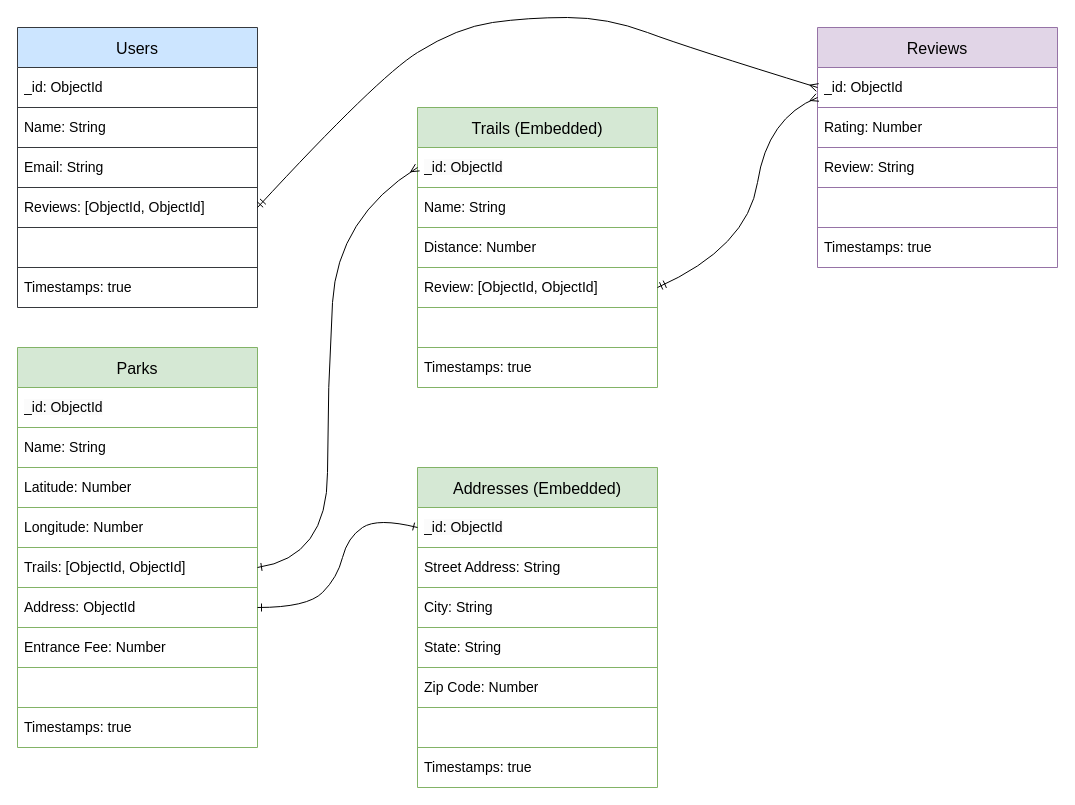
Above: wireframes/drawio-files/ERD.drawio in caitlinfcorrigan/MyTrails (draw.io), before the change. Source tidied: cells renumbered, new cells numbered last; positions are measured from the earlier drawing's top-left corner, leaving out a move shared by most shapes. Both pictures are drawn from the tidied source at 100%, with x=0, y=0 at pixel (17, 17).
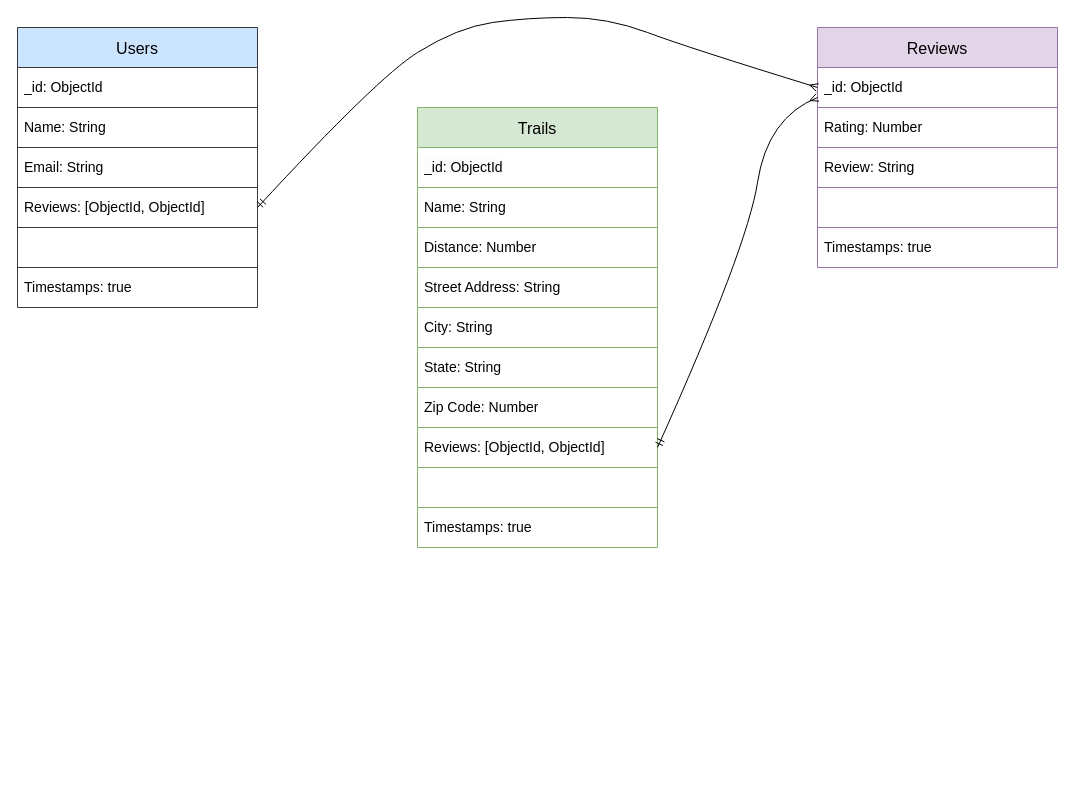
Above is the later version.

The change refers to these unchanged cells:
```xml
<mxCell id="48" style="shape=tableRow;horizontal=0;startSize=0;swimlaneHead=0;swimlaneBody=0;top=0;left=0;bottom=0;right=0;fillColor=none;points=[[0,0.5],[1,0.5]];portConstraint=eastwest;" parent="47" vertex="1">
  <mxGeometry y="40" width="240" height="40" as="geometry" />
</mxCell>
```

Change to the diagram source:
```diff
@@
-    <mxCell id="27" value="Parks" style="shape=table;startSize=40;childLayout=tableLayout;fontSize=16;fillColor=#d5e8d4;strokeColor=#82b366;" parent="1" vertex="1">
-      <mxGeometry y="330" width="240" height="400" as="geometry" />
-    </mxCell>
-    <mxCell id="28" style="shape=tableRow;horizontal=0;startSize=0;swimlaneHead=0;swimlaneBody=0;top=0;left=0;bottom=0;right=0;fillColor=none;" parent="27" vertex="1">
-      <mxGeometry y="40" width="240" height="40" as="geometry" />
-    </mxCell>
-    <mxCell id="29" value="&lt;span style=&quot;color: rgb(0, 0, 0); font-family: Helvetica; font-size: 14px; font-style: normal; font-variant-ligatures: normal; font-variant-caps: normal; font-weight: 400; letter-spacing: normal; orphans: 2; text-align: left; text-indent: 0px; text-transform: none; widows: 2; word-spacing: 0px; -webkit-text-stroke-width: 0px; background-color: rgb(251, 251, 251); text-decoration-thickness: initial; text-decoration-style: initial; text-decoration-color: initial; float: none; display: inline !important;&quot;&gt;_id: ObjectId&lt;/span&gt;" style="shape=partialRectangle;html=1;whiteSpace=wrap;overflow=hidden;fillColor=none;top=0;left=0;bottom=0;right=0;align=left;fontSize=14;spacingLeft=5;" parent="28" vertex="1">
-      <mxGeometry width="240" height="40" as="geometry" />
-    </mxCell>
-    <mxCell id="30" style="shape=tableRow;horizontal=0;startSize=0;swimlaneHead=0;swimlaneBody=0;top=0;left=0;bottom=0;right=0;fillColor=none;" parent="27" vertex="1">
-      <mxGeometry y="80" width="240" height="40" as="geometry" />
-    </mxCell>
-    <mxCell id="31" value="Name: String" style="shape=partialRectangle;html=1;whiteSpace=wrap;overflow=hidden;fillColor=none;top=0;left=0;bottom=0;right=0;align=left;fontSize=14;spacingLeft=5;" parent="30" vertex="1">
-      <mxGeometry width="240" height="40" as="geometry" />
-    </mxCell>
-    <mxCell id="32" style="shape=tableRow;horizontal=0;startSize=0;swimlaneHead=0;swimlaneBody=0;top=0;left=0;bottom=0;right=0;fillColor=none;" parent="27" vertex="1">
-      <mxGeometry y="120" width="240" height="40" as="geometry" />
-    </mxCell>
-    <mxCell id="33" value="Latitude: Number" style="shape=partialRectangle;html=1;whiteSpace=wrap;overflow=hidden;fillColor=none;top=0;left=0;bottom=0;right=0;align=left;fontSize=14;spacingLeft=5;" parent="32" vertex="1">
-      <mxGeometry width="240" height="40" as="geometry" />
-    </mxCell>
-    <mxCell id="34" style="shape=tableRow;horizontal=0;startSize=0;swimlaneHead=0;swimlaneBody=0;top=0;left=0;bottom=0;right=0;fillColor=none;" parent="27" vertex="1">
-      <mxGeometry y="160" width="240" height="40" as="geometry" />
-    </mxCell>
-    <mxCell id="35" value="Longitude: Number" style="shape=partialRectangle;html=1;whiteSpace=wrap;overflow=hidden;fillColor=none;top=0;left=0;bottom=0;right=0;align=left;fontSize=14;spacingLeft=5;" parent="34" vertex="1">
-      <mxGeometry width="240" height="40" as="geometry" />
-    </mxCell>
-    <mxCell id="36" style="shape=tableRow;horizontal=0;startSize=0;swimlaneHead=0;swimlaneBody=0;top=0;left=0;bottom=0;right=0;fillColor=none;points=[[0,0.5],[1,0.5]];portConstraint=eastwest;" parent="27" vertex="1">
-      <mxGeometry y="200" width="240" height="40" as="geometry" />
-    </mxCell>
-    <mxCell id="37" value="Trails: [ObjectId, ObjectId]" style="shape=partialRectangle;html=1;whiteSpace=wrap;overflow=hidden;fillColor=none;top=0;left=0;bottom=0;right=0;align=left;fontSize=14;spacingLeft=5;" parent="36" vertex="1">
-      <mxGeometry width="240" height="40" as="geometry" />
-    </mxCell>
-    <mxCell id="38" style="shape=singleArrow;whiteSpace=wrap;html=1;arrowWidth=0.4;arrowSize=0.4;fontSize=16;startSize=40;" parent="36" vertex="1">
-      <mxGeometry x="240" height="40" as="geometry" />
-    </mxCell>
-    <mxCell id="39" style="shape=tableRow;horizontal=0;startSize=0;swimlaneHead=0;swimlaneBody=0;top=0;left=0;bottom=0;right=0;fillColor=none;" parent="27" vertex="1">
-      <mxGeometry y="240" width="240" height="40" as="geometry" />
-    </mxCell>
-    <mxCell id="40" value="Address: ObjectId" style="shape=partialRectangle;html=1;whiteSpace=wrap;overflow=hidden;fillColor=none;top=0;left=0;bottom=0;right=0;align=left;fontSize=14;spacingLeft=5;" parent="39" vertex="1">
-      <mxGeometry width="240" height="40" as="geometry" />
-    </mxCell>
-    <mxCell id="41" style="shape=tableRow;horizontal=0;startSize=0;swimlaneHead=0;swimlaneBody=0;top=0;left=0;bottom=0;right=0;fillColor=none;" parent="27" vertex="1">
-      <mxGeometry y="280" width="240" height="40" as="geometry" />
-    </mxCell>
-    <mxCell id="42" value="Entrance Fee: Number" style="shape=partialRectangle;html=1;whiteSpace=wrap;overflow=hidden;fillColor=none;top=0;left=0;bottom=0;right=0;align=left;fontSize=14;spacingLeft=5;" parent="41" vertex="1">
-      <mxGeometry width="240" height="40" as="geometry" />
-    </mxCell>
-    <mxCell id="43" style="shape=tableRow;horizontal=0;startSize=0;swimlaneHead=0;swimlaneBody=0;top=0;left=0;bottom=0;right=0;fillColor=none;" parent="27" vertex="1">
-      <mxGeometry y="320" width="240" height="40" as="geometry" />
-    </mxCell>
-    <mxCell id="44" style="shape=partialRectangle;html=1;whiteSpace=wrap;overflow=hidden;fillColor=none;top=0;left=0;bottom=0;right=0;align=left;fontSize=14;spacingLeft=5;" parent="43" vertex="1">
-      <mxGeometry width="240" height="40" as="geometry" />
-    </mxCell>
-    <mxCell id="45" style="shape=tableRow;horizontal=0;startSize=0;swimlaneHead=0;swimlaneBody=0;top=0;left=0;bottom=0;right=0;fillColor=none;" parent="27" vertex="1">
-      <mxGeometry y="360" width="240" height="40" as="geometry" />
-    </mxCell>
-    <mxCell id="46" value="Timestamps: true" style="shape=partialRectangle;html=1;whiteSpace=wrap;overflow=hidden;fillColor=none;top=0;left=0;bottom=0;right=0;align=left;fontSize=14;spacingLeft=5;" parent="45" vertex="1">
-      <mxGeometry width="240" height="40" as="geometry" />
-    </mxCell>
-    <mxCell id="47" value="Trails (Embedded)" style="shape=table;startSize=40;childLayout=tableLayout;fontSize=16;labelBackgroundColor=none;fillColor=#d5e8d4;gradientColor=none;strokeColor=#82b366;" parent="1" vertex="1">
-      <mxGeometry x="400" y="90" width="240" height="280" as="geometry" />
+    <mxCell id="47" value="Trails" style="shape=table;startSize=40;childLayout=tableLayout;fontSize=16;labelBackgroundColor=none;fillColor=#d5e8d4;gradientColor=none;strokeColor=#82b366;" parent="1" vertex="1">
+      <mxGeometry x="400" y="90" width="240" height="440" as="geometry" />
     </mxCell>
@@
+    <mxCell id="81" style="shape=tableRow;horizontal=0;startSize=0;swimlaneHead=0;swimlaneBody=0;top=0;left=0;bottom=0;right=0;fillColor=none;" parent="47" vertex="1">
+      <mxGeometry y="160" width="240" height="40" as="geometry" />
+    </mxCell>
+    <mxCell id="65" value="Street Address: String" style="shape=partialRectangle;html=1;whiteSpace=wrap;overflow=hidden;fillColor=none;top=0;left=0;bottom=0;right=0;align=left;fontSize=14;spacingLeft=5;" parent="81" vertex="1">
+      <mxGeometry width="240" height="40" as="geometry" />
+    </mxCell>
+    <mxCell id="82" style="shape=tableRow;horizontal=0;startSize=0;swimlaneHead=0;swimlaneBody=0;top=0;left=0;bottom=0;right=0;fillColor=none;" parent="47" vertex="1">
+      <mxGeometry y="200" width="240" height="40" as="geometry" />
+    </mxCell>
+    <mxCell id="67" value="City: String" style="shape=partialRectangle;html=1;whiteSpace=wrap;overflow=hidden;fillColor=none;top=0;left=0;bottom=0;right=0;align=left;fontSize=14;spacingLeft=5;" parent="82" vertex="1">
+      <mxGeometry width="240" height="40" as="geometry" />
+    </mxCell>
+    <mxCell id="83" style="shape=tableRow;horizontal=0;startSize=0;swimlaneHead=0;swimlaneBody=0;top=0;left=0;bottom=0;right=0;fillColor=none;" parent="47" vertex="1">
+      <mxGeometry y="240" width="240" height="40" as="geometry" />
+    </mxCell>
+    <mxCell id="69" value="State: String" style="shape=partialRectangle;html=1;whiteSpace=wrap;overflow=hidden;fillColor=none;top=0;left=0;bottom=0;right=0;align=left;fontSize=14;spacingLeft=5;" parent="83" vertex="1">
+      <mxGeometry width="240" height="40" as="geometry" />
+    </mxCell>
+    <mxCell id="84" style="shape=tableRow;horizontal=0;startSize=0;swimlaneHead=0;swimlaneBody=0;top=0;left=0;bottom=0;right=0;fillColor=none;" parent="47" vertex="1">
+      <mxGeometry y="280" width="240" height="40" as="geometry" />
+    </mxCell>
+    <mxCell id="71" value="Zip Code: Number" style="shape=partialRectangle;html=1;whiteSpace=wrap;overflow=hidden;fillColor=none;top=0;left=0;bottom=0;right=0;align=left;fontSize=14;spacingLeft=5;" parent="84" vertex="1">
+      <mxGeometry width="240" height="40" as="geometry" />
+    </mxCell>
     <mxCell id="54" style="shape=tableRow;horizontal=0;startSize=0;swimlaneHead=0;swimlaneBody=0;top=0;left=0;bottom=0;right=0;fillColor=none;points=[[0,0.5],[1,0.5]];portConstraint=eastwest;" parent="47" vertex="1">
-      <mxGeometry y="160" width="240" height="40" as="geometry" />
+      <mxGeometry y="320" width="240" height="40" as="geometry" />
     </mxCell>
-    <mxCell id="55" value="Review: [ObjectId, ObjectId]" style="shape=partialRectangle;html=1;whiteSpace=wrap;overflow=hidden;fillColor=none;top=0;left=0;bottom=0;right=0;align=left;fontSize=14;spacingLeft=5;" parent="54" vertex="1">
+    <mxCell id="55" value="Reviews: [ObjectId, ObjectId]" style="shape=partialRectangle;html=1;whiteSpace=wrap;overflow=hidden;fillColor=none;top=0;left=0;bottom=0;right=0;align=left;fontSize=14;spacingLeft=5;" parent="54" vertex="1">
       <mxGeometry width="240" height="40" as="geometry" />
     </mxCell>
     <mxCell id="56" style="shape=tableRow;horizontal=0;startSize=0;swimlaneHead=0;swimlaneBody=0;top=0;left=0;bottom=0;right=0;fillColor=none;" parent="47" vertex="1">
-      <mxGeometry y="200" width="240" height="40" as="geometry" />
+      <mxGeometry y="360" width="240" height="40" as="geometry" />
     </mxCell>
@@
     <mxCell id="59" style="shape=tableRow;horizontal=0;startSize=0;swimlaneHead=0;swimlaneBody=0;top=0;left=0;bottom=0;right=0;fillColor=none;" parent="47" vertex="1">
-      <mxGeometry y="240" width="240" height="40" as="geometry" />
+      <mxGeometry y="400" width="240" height="40" as="geometry" />
     </mxCell>
@@
-    <mxCell id="61" value="Addresses (Embedded)" style="shape=table;startSize=40;childLayout=tableLayout;fontSize=16;fillColor=#d5e8d4;gradientColor=none;strokeColor=#82b366;" parent="1" vertex="1">
-      <mxGeometry x="400" y="450" width="240" height="320" as="geometry" />
-    </mxCell>
-    <mxCell id="62" style="shape=tableRow;horizontal=0;startSize=0;swimlaneHead=0;swimlaneBody=0;top=0;left=0;bottom=0;right=0;fillColor=none;points=[[0,0.5],[1,0.5]];portConstraint=eastwest;" parent="61" vertex="1">
-      <mxGeometry y="40" width="240" height="40" as="geometry" />
-    </mxCell>
-    <mxCell id="63" value="&lt;span style=&quot;color: rgb(0, 0, 0); font-family: Helvetica; font-size: 14px; font-style: normal; font-variant-ligatures: normal; font-variant-caps: normal; font-weight: 400; letter-spacing: normal; orphans: 2; text-align: left; text-indent: 0px; text-transform: none; widows: 2; word-spacing: 0px; -webkit-text-stroke-width: 0px; background-color: rgb(251, 251, 251); text-decoration-thickness: initial; text-decoration-style: initial; text-decoration-color: initial; float: none; display: inline !important;&quot;&gt;_id: ObjectId&lt;/span&gt;" style="shape=partialRectangle;html=1;whiteSpace=wrap;overflow=hidden;fillColor=none;top=0;left=0;bottom=0;right=0;align=left;fontSize=14;spacingLeft=5;" parent="62" vertex="1">
-      <mxGeometry width="240" height="40" as="geometry" />
-    </mxCell>
-    <mxCell id="64" style="shape=tableRow;horizontal=0;startSize=0;swimlaneHead=0;swimlaneBody=0;top=0;left=0;bottom=0;right=0;fillColor=none;" parent="61" vertex="1">
-      <mxGeometry y="80" width="240" height="40" as="geometry" />
-    </mxCell>
-    <mxCell id="65" value="Street Address: String" style="shape=partialRectangle;html=1;whiteSpace=wrap;overflow=hidden;fillColor=none;top=0;left=0;bottom=0;right=0;align=left;fontSize=14;spacingLeft=5;" parent="64" vertex="1">
-      <mxGeometry width="240" height="40" as="geometry" />
-    </mxCell>
-    <mxCell id="66" style="shape=tableRow;horizontal=0;startSize=0;swimlaneHead=0;swimlaneBody=0;top=0;left=0;bottom=0;right=0;fillColor=none;" parent="61" vertex="1">
-      <mxGeometry y="120" width="240" height="40" as="geometry" />
-    </mxCell>
-    <mxCell id="67" value="City: String" style="shape=partialRectangle;html=1;whiteSpace=wrap;overflow=hidden;fillColor=none;top=0;left=0;bottom=0;right=0;align=left;fontSize=14;spacingLeft=5;" parent="66" vertex="1">
-      <mxGeometry width="240" height="40" as="geometry" />
-    </mxCell>
-    <mxCell id="68" style="shape=tableRow;horizontal=0;startSize=0;swimlaneHead=0;swimlaneBody=0;top=0;left=0;bottom=0;right=0;fillColor=none;" parent="61" vertex="1">
-      <mxGeometry y="160" width="240" height="40" as="geometry" />
-    </mxCell>
-    <mxCell id="69" value="State: String" style="shape=partialRectangle;html=1;whiteSpace=wrap;overflow=hidden;fillColor=none;top=0;left=0;bottom=0;right=0;align=left;fontSize=14;spacingLeft=5;" parent="68" vertex="1">
-      <mxGeometry width="240" height="40" as="geometry" />
-    </mxCell>
-    <mxCell id="70" style="shape=tableRow;horizontal=0;startSize=0;swimlaneHead=0;swimlaneBody=0;top=0;left=0;bottom=0;right=0;fillColor=none;" parent="61" vertex="1">
-      <mxGeometry y="200" width="240" height="40" as="geometry" />
-    </mxCell>
-    <mxCell id="71" value="Zip Code: Number" style="shape=partialRectangle;html=1;whiteSpace=wrap;overflow=hidden;fillColor=none;top=0;left=0;bottom=0;right=0;align=left;fontSize=14;spacingLeft=5;" parent="70" vertex="1">
-      <mxGeometry width="240" height="40" as="geometry" />
-    </mxCell>
-    <mxCell id="72" style="shape=tableRow;horizontal=0;startSize=0;swimlaneHead=0;swimlaneBody=0;top=0;left=0;bottom=0;right=0;fillColor=none;" parent="61" vertex="1">
-      <mxGeometry y="240" width="240" height="40" as="geometry" />
-    </mxCell>
-    <mxCell id="73" style="shape=partialRectangle;html=1;whiteSpace=wrap;overflow=hidden;fillColor=none;top=0;left=0;bottom=0;right=0;align=left;fontSize=14;spacingLeft=5;" parent="72" vertex="1">
-      <mxGeometry width="240" height="40" as="geometry" />
-    </mxCell>
-    <mxCell id="74" style="shape=singleArrow;whiteSpace=wrap;html=1;arrowWidth=0.4;arrowSize=0.4;fontSize=16;startSize=40;" parent="72" vertex="1">
-      <mxGeometry x="240" height="40" as="geometry" />
-    </mxCell>
-    <mxCell id="75" style="shape=tableRow;horizontal=0;startSize=0;swimlaneHead=0;swimlaneBody=0;top=0;left=0;bottom=0;right=0;fillColor=none;" parent="61" vertex="1">
-      <mxGeometry y="280" width="240" height="40" as="geometry" />
-    </mxCell>
-    <mxCell id="76" value="Timestamps: true" style="shape=partialRectangle;html=1;whiteSpace=wrap;overflow=hidden;fillColor=none;top=0;left=0;bottom=0;right=0;align=left;fontSize=14;spacingLeft=5;" parent="75" vertex="1">
-      <mxGeometry width="240" height="40" as="geometry" />
-    </mxCell>
-    <mxCell id="77" style="curved=1;endArrow=ERmany;html=1;fontSize=14;entryX=0;entryY=0.5;entryDx=0;entryDy=0;endFill=0;startArrow=ERone;startFill=0;exitX=1;exitY=0.5;exitDx=0;exitDy=0;" parent="1" edge="1" source="36" target="48">
-      <mxGeometry relative="1" as="geometry">
-        <Array as="points">
-          <mxPoint x="310" y="540" />
-          <mxPoint x="310" y="370" />
-          <mxPoint x="320" y="200" />
-        </Array>
-      </mxGeometry>
-    </mxCell>
@@
-    <mxCell id="79" style="curved=1;endArrow=ERone;html=1;fontSize=14;entryX=0;entryY=0.5;entryDx=0;entryDy=0;endFill=0;startArrow=ERone;startFill=0;" parent="1" edge="1" target="62">
-      <mxGeometry relative="1" as="geometry">
-        <mxPoint x="240" y="590" as="sourcePoint" />
-        <Array as="points">
-          <mxPoint x="290" y="590" />
-          <mxPoint x="320" y="560" />
-          <mxPoint x="330" y="520" />
-          <mxPoint x="360" y="500" />
-        </Array>
-      </mxGeometry>
-    </mxCell>
```
